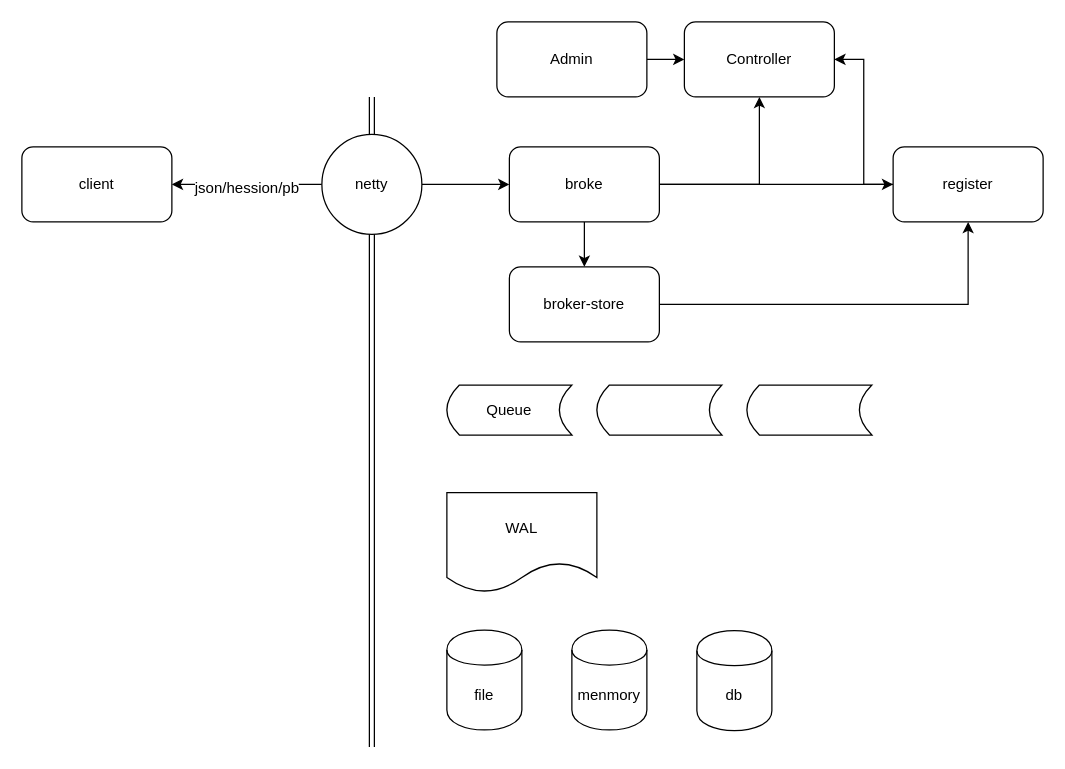
zyhui98/drawio keeps this draw.io diagram as unifymq.drawio. Above is the earlier version. Source tidied: cells renumbered, new cells numbered last; positions are measured from the earlier drawing's top-left corner, leaving out a move shared by most shapes. Both pictures are drawn from the tidied source at 125%, with x=0, y=0 at pixel (21, 21).
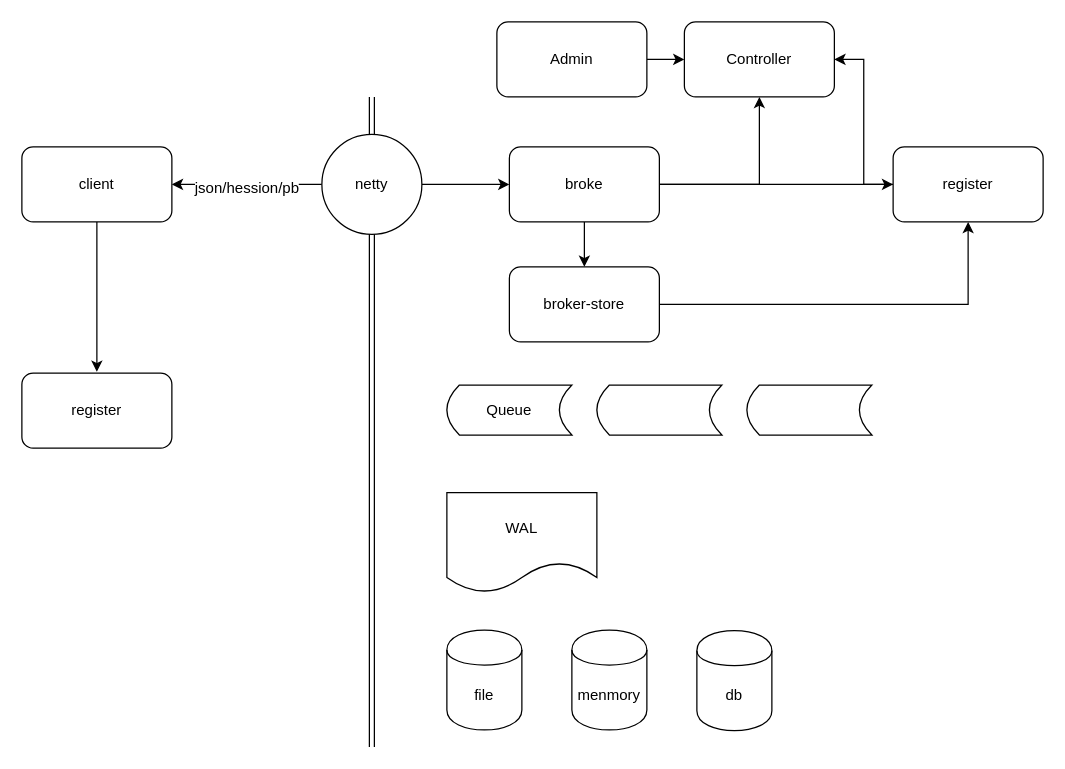
The same page after the edit.

Unchanged cells that the change refers to:
```xml
<mxCell id="2" value="client" style="rounded=1;whiteSpace=wrap;html=1;" parent="1" vertex="1">
  <mxGeometry y="100" width="120" height="60" as="geometry" />
</mxCell>
```

Change to the diagram source:
```diff
@@
+    <mxCell id="26" style="edgeStyle=orthogonalEdgeStyle;rounded=0;jettySize=auto;html=1;exitX=0.5;exitY=1;exitDx=0;exitDy=0;" parent="1" edge="1" source="2">
+      <mxGeometry relative="1" as="geometry">
+        <mxPoint x="60" y="280" as="targetPoint" />
+      </mxGeometry>
+    </mxCell>
@@
+    <mxCell id="27" value="register" style="rounded=1;whiteSpace=wrap;html=1;" parent="1" vertex="1">
+      <mxGeometry y="281" width="120" height="60" as="geometry" />
+    </mxCell>
```
